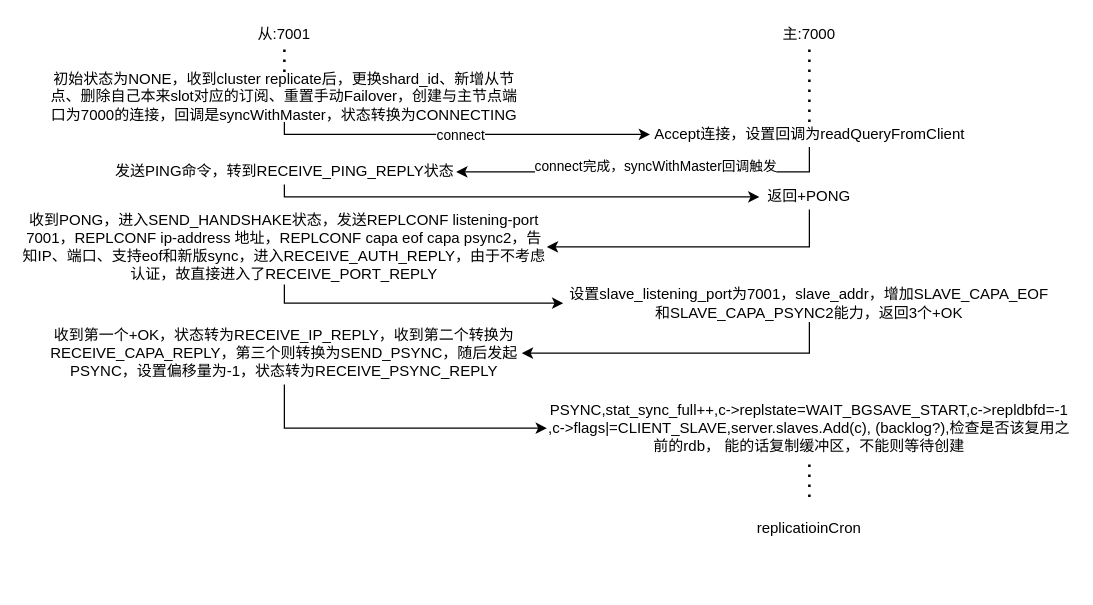
Above: cluster-replication.drawio in Afeather2017/Afeather-Flowcharts (draw.io), before the change. Source tidied: cells renumbered, new cells numbered last; positions are measured from the earlier drawing's top-left corner, leaving out a move shared by most shapes. Both pictures are drawn from the tidied source at 125%, with x=0, y=0 at pixel (21, 21).
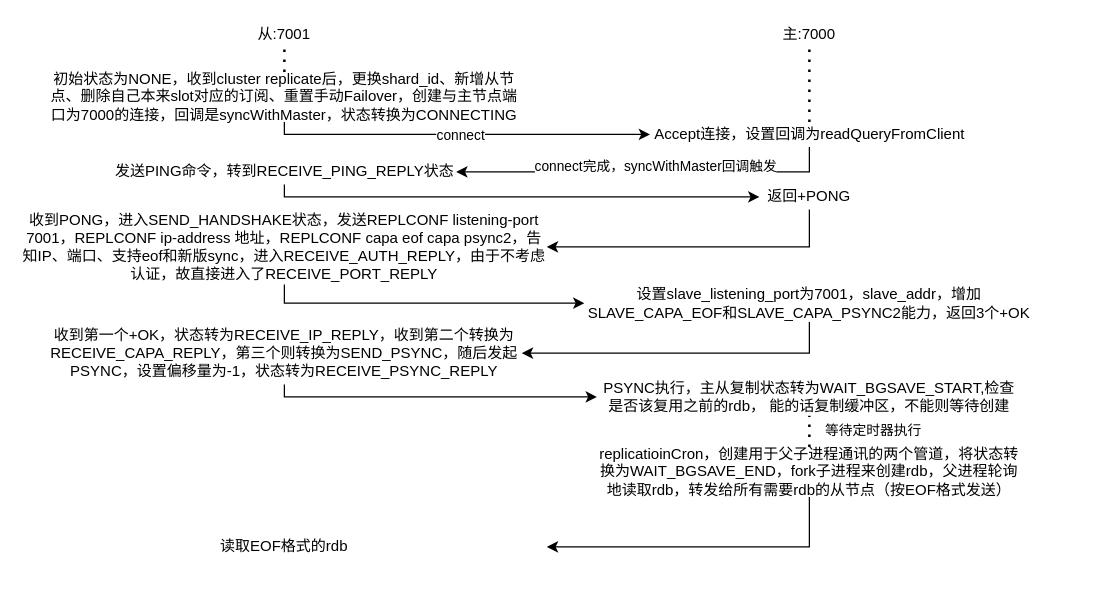
The same page after the edit.

The change refers to these unchanged cells:
```xml
<mxCell id="21" value="收到第一个+OK，状态转为RECEIVE_IP_REPLY，收到第二个转换为RECEIVE_CAPA_REPLY，第三个则转换为SEND_PSYNC，随后发起PSYNC，设置偏移量为-1，状态转为RECEIVE_PSYNC_REPLY" style="text;html=1;align=center;verticalAlign=middle;whiteSpace=wrap;rounded=0;" parent="1" vertex="1">
  <mxGeometry x="20" y="240" width="380" height="50" as="geometry" />
</mxCell>
<mxCell id="24" style="endArrow=none;dashed=1;html=1;dashPattern=1 3;strokeWidth=2;rounded=0;entryX=0.5;entryY=1;entryDx=0;entryDy=0;exitX=0.5;exitY=0;exitDx=0;exitDy=0;" parent="1" edge="1" source="23" target="22">
  <mxGeometry relative="1" as="geometry" />
</mxCell>
```

The edit, as a diff of the source:
```diff
@@
     <mxCell id="17" value="设置slave_listening_port为7001，slave_addr，增加SLAVE_CAPA_EOF和&lt;span style=&quot;background-color: initial; font-size: 12px;&quot;&gt;SLAVE_CAPA_PSYNC2&lt;/span&gt;能力，返回3个+OK" style="text;html=1;align=center;verticalAlign=middle;whiteSpace=wrap;rounded=0;" parent="1" vertex="1">
-      <mxGeometry x="433.1" y="210" width="393.8" height="30" as="geometry" />
+      <mxGeometry x="450" y="210" width="360" height="30" as="geometry" />
     </mxCell>
@@
     <mxCell id="20" style="edgeStyle=orthogonalEdgeStyle;rounded=0;jettySize=auto;html=1;entryX=0;entryY=0.5;entryDx=0;entryDy=0;" parent="1" edge="1" source="21" target="22">
       <mxGeometry relative="1" as="geometry">
         <Array as="points">
-          <mxPoint x="210" y="325" />
+          <mxPoint x="210" y="300" />
+          <mxPoint x="460" y="300" />
         </Array>
       </mxGeometry>
     </mxCell>
@@
-    <mxCell id="22" value="PSYNC,stat_sync_full++,c-&amp;gt;replstate=WAIT_BGSAVE_START,c-&amp;gt;repldbfd=-1 ,c-&amp;gt;flags|=CLIENT_SLAVE,server.slaves.Add(c), (backlog?),检查是否该复用之前的rdb， 能的话复制缓冲区，不能则等待创建" style="text;html=1;align=center;verticalAlign=middle;whiteSpace=wrap;rounded=0;" parent="1" vertex="1">
-      <mxGeometry x="420" y="300" width="420" height="50" as="geometry" />
+    <mxCell id="22" value="PSYNC执行，主从复制状态转为WAIT_BGSAVE_START,检查是否该复用之前的rdb， 能的话复制缓冲区，不能则等待创建" style="text;html=1;align=center;verticalAlign=middle;whiteSpace=wrap;rounded=0;" parent="1" vertex="1">
+      <mxGeometry x="460" y="285" width="340" height="30" as="geometry" />
     </mxCell>
+    <mxCell id="25" style="edgeStyle=orthogonalEdgeStyle;rounded=0;jettySize=auto;html=1;entryX=1;entryY=0.5;entryDx=0;entryDy=0;exitX=0.5;exitY=1;exitDx=0;exitDy=0;" parent="1" edge="1" source="23" target="27">
+      <mxGeometry relative="1" as="geometry" />
+    </mxCell>
-    <mxCell id="23" value="replicatioinCron" style="text;html=1;align=center;verticalAlign=middle;whiteSpace=wrap;rounded=0;" parent="1" vertex="1">
-      <mxGeometry x="420" y="380" width="420" height="50" as="geometry" />
+    <mxCell id="23" value="replicatioinCron，创建用于父子进程通讯的两个管道，将状态转换为WAIT_BGSAVE_END，fork子进程来创建rdb，父进程轮询地读取rdb，转发给所有需要rdb的从节点（按EOF格式发送）" style="text;html=1;align=center;verticalAlign=middle;whiteSpace=wrap;rounded=0;" parent="1" vertex="1">
+      <mxGeometry x="460" y="340" width="340" height="40" as="geometry" />
     </mxCell>
@@
+    <mxCell id="26" value="等待定时器执行" style="edgeLabel;html=1;align=center;verticalAlign=middle;" parent="24" vertex="1">
+      <mxGeometry x="0.11" relative="1" as="geometry">
+        <mxPoint x="50" as="offset" />
+      </mxGeometry>
+    </mxCell>
+    <mxCell id="27" value="读取EOF格式的rdb" style="text;html=1;align=center;verticalAlign=middle;whiteSpace=wrap;rounded=0;" parent="1" vertex="1">
+      <mxGeometry y="390" width="420" height="60" as="geometry" />
+    </mxCell>
```
